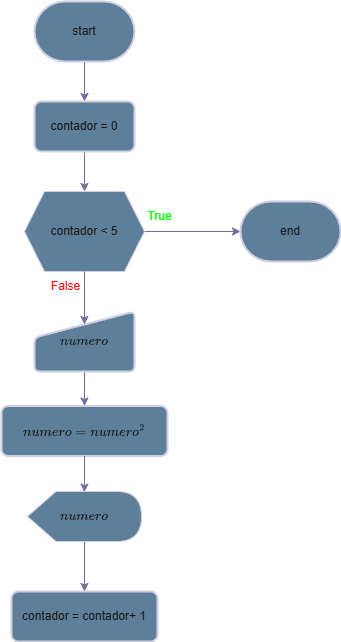
Earlier version of the draw.io export Parte-3/atividade1.png (kf-martins-uel/algoritmos-atividade1). Source tidied: cells renumbered, new cells last; positions are measured from the earlier drawing's top-left corner, leaving out a move shared by most shapes.
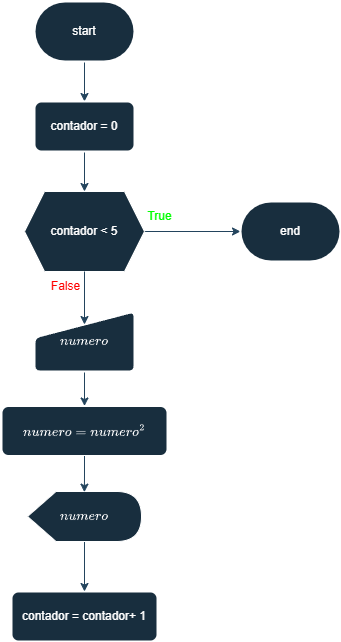
After the commit.

Change to the diagram source:
```diff
@@ -2,55 +2,55 @@
   <root>
     <mxCell id="0" />
     <mxCell id="1" parent="0" />
-    <mxCell id="2" style="edgeStyle=orthogonalEdgeStyle;rounded=0;jettySize=auto;html=1;entryX=0.5;entryY=0;entryDx=0;entryDy=0;labelBackgroundColor=none;strokeColor=#736CA8;fontColor=default;" parent="1" edge="1" source="3" target="5">
+    <mxCell id="2" style="edgeStyle=orthogonalEdgeStyle;rounded=0;jettySize=auto;html=1;entryX=0.5;entryY=0;entryDx=0;entryDy=0;labelBackgroundColor=none;strokeColor=#23445D;fontColor=default;" parent="1" edge="1" source="3" target="5">
       <mxGeometry relative="1" as="geometry" />
     </mxCell>
-    <mxCell id="3" value="start" style="strokeWidth=2;html=1;shape=mxgraph.flowchart.terminator;whiteSpace=wrap;labelBackgroundColor=none;fillColor=#5D7F99;strokeColor=#D0CEE2;fontColor=#1A1A1A;" parent="1" vertex="1">
+    <mxCell id="3" value="start" style="strokeWidth=2;html=1;shape=mxgraph.flowchart.terminator;whiteSpace=wrap;labelBackgroundColor=none;fillColor=#182E3E;strokeColor=#FFFFFF;fontColor=#FFFFFF;" parent="1" vertex="1">
       <mxGeometry x="33" width="100" height="60" as="geometry" />
     </mxCell>
-    <mxCell id="4" style="edgeStyle=orthogonalEdgeStyle;rounded=0;jettySize=auto;html=1;entryX=0.5;entryY=0;entryDx=0;entryDy=0;labelBackgroundColor=none;strokeColor=#736CA8;fontColor=default;" parent="1" edge="1" source="5" target="7">
+    <mxCell id="4" style="edgeStyle=orthogonalEdgeStyle;rounded=0;jettySize=auto;html=1;entryX=0.5;entryY=0;entryDx=0;entryDy=0;labelBackgroundColor=none;strokeColor=#23445D;fontColor=default;" parent="1" edge="1" source="5" target="7">
       <mxGeometry relative="1" as="geometry" />
     </mxCell>
-    <mxCell id="5" value="contador = 0" style="rounded=1;whiteSpace=wrap;html=1;absoluteArcSize=1;arcSize=14;strokeWidth=2;labelBackgroundColor=none;fillColor=#5D7F99;strokeColor=#D0CEE2;fontColor=#1A1A1A;" parent="1" vertex="1">
+    <mxCell id="5" value="contador = 0" style="rounded=1;whiteSpace=wrap;html=1;absoluteArcSize=1;arcSize=14;strokeWidth=2;labelBackgroundColor=none;fillColor=#182E3E;strokeColor=#FFFFFF;fontColor=#FFFFFF;" parent="1" vertex="1">
       <mxGeometry x="33" y="100" width="100" height="50" as="geometry" />
     </mxCell>
-    <mxCell id="6" style="edgeStyle=orthogonalEdgeStyle;rounded=0;jettySize=auto;html=1;labelBackgroundColor=none;strokeColor=#736CA8;fontColor=default;" parent="1" edge="1" source="7" target="16">
+    <mxCell id="6" style="edgeStyle=orthogonalEdgeStyle;rounded=0;jettySize=auto;html=1;labelBackgroundColor=none;strokeColor=#23445D;fontColor=default;" parent="1" edge="1" source="7" target="16">
       <mxGeometry relative="1" as="geometry" />
     </mxCell>
-    <mxCell id="7" value="contador&amp;nbsp;&amp;lt; 5" style="shape=hexagon;perimeter=hexagonPerimeter2;whiteSpace=wrap;html=1;fixedSize=1;labelBackgroundColor=none;fillColor=#5D7F99;strokeColor=#D0CEE2;fontColor=#1A1A1A;" parent="1" vertex="1">
+    <mxCell id="7" value="contador&amp;nbsp;&amp;lt; 5" style="shape=hexagon;perimeter=hexagonPerimeter2;whiteSpace=wrap;html=1;fixedSize=1;labelBackgroundColor=none;fillColor=#182E3E;strokeColor=#FFFFFF;fontColor=#FFFFFF;" parent="1" vertex="1">
       <mxGeometry x="23" y="190" width="120" height="80" as="geometry" />
     </mxCell>
-    <mxCell id="8" value="contador = contador+ 1" style="rounded=1;whiteSpace=wrap;html=1;absoluteArcSize=1;arcSize=14;strokeWidth=2;labelBackgroundColor=none;fillColor=#5D7F99;strokeColor=#D0CEE2;fontColor=#1A1A1A;" parent="1" vertex="1">
+    <mxCell id="8" value="contador = contador+ 1" style="rounded=1;whiteSpace=wrap;html=1;absoluteArcSize=1;arcSize=14;strokeWidth=2;labelBackgroundColor=none;fillColor=#182E3E;strokeColor=#FFFFFF;fontColor=#FFFFFF;" parent="1" vertex="1">
       <mxGeometry x="10" y="590" width="146" height="50" as="geometry" />
     </mxCell>
-    <mxCell id="9" style="edgeStyle=orthogonalEdgeStyle;rounded=0;jettySize=auto;html=1;entryX=0.5;entryY=0;entryDx=0;entryDy=0;labelBackgroundColor=none;strokeColor=#736CA8;fontColor=default;" parent="1" edge="1" source="10" target="12">
+    <mxCell id="9" style="edgeStyle=orthogonalEdgeStyle;rounded=0;jettySize=auto;html=1;entryX=0.5;entryY=0;entryDx=0;entryDy=0;labelBackgroundColor=none;strokeColor=#23445D;fontColor=default;" parent="1" edge="1" source="10" target="12">
       <mxGeometry relative="1" as="geometry" />
     </mxCell>
-    <mxCell id="10" value="$$numero$$" style="html=1;strokeWidth=2;shape=manualInput;whiteSpace=wrap;rounded=1;size=26;arcSize=11;labelBackgroundColor=none;fillColor=#5D7F99;strokeColor=#D0CEE2;fontColor=#1A1A1A;" parent="1" vertex="1">
+    <mxCell id="10" value="$$numero$$" style="html=1;strokeWidth=2;shape=manualInput;whiteSpace=wrap;rounded=1;size=26;arcSize=11;labelBackgroundColor=none;fillColor=#182E3E;strokeColor=#FFFFFF;fontColor=#FFFFFF;" parent="1" vertex="1">
       <mxGeometry x="33" y="310" width="100" height="60" as="geometry" />
     </mxCell>
-    <mxCell id="11" style="edgeStyle=orthogonalEdgeStyle;rounded=0;jettySize=auto;html=1;entryX=0.5;entryY=0.217;entryDx=0;entryDy=0;entryPerimeter=0;labelBackgroundColor=none;strokeColor=#736CA8;fontColor=default;" parent="1" edge="1" source="7" target="10">
+    <mxCell id="11" style="edgeStyle=orthogonalEdgeStyle;rounded=0;jettySize=auto;html=1;entryX=0.5;entryY=0.217;entryDx=0;entryDy=0;entryPerimeter=0;labelBackgroundColor=none;strokeColor=#23445D;fontColor=default;" parent="1" edge="1" source="7" target="10">
       <mxGeometry relative="1" as="geometry" />
     </mxCell>
-    <mxCell id="12" value="$$numero = numero^2$$" style="rounded=1;whiteSpace=wrap;html=1;absoluteArcSize=1;arcSize=14;strokeWidth=2;labelBackgroundColor=none;fillColor=#5D7F99;strokeColor=#D0CEE2;fontColor=#1A1A1A;" parent="1" vertex="1">
+    <mxCell id="12" value="$$numero = numero^2$$" style="rounded=1;whiteSpace=wrap;html=1;absoluteArcSize=1;arcSize=14;strokeWidth=2;labelBackgroundColor=none;fillColor=#182E3E;strokeColor=#FFFFFF;fontColor=#FFFFFF;" parent="1" vertex="1">
       <mxGeometry y="404.5" width="166" height="50" as="geometry" />
     </mxCell>
-    <mxCell id="13" style="edgeStyle=orthogonalEdgeStyle;rounded=0;jettySize=auto;html=1;entryX=0.5;entryY=0;entryDx=0;entryDy=0;labelBackgroundColor=none;strokeColor=#736CA8;fontColor=default;" parent="1" edge="1" source="14" target="8">
+    <mxCell id="13" style="edgeStyle=orthogonalEdgeStyle;rounded=0;jettySize=auto;html=1;entryX=0.5;entryY=0;entryDx=0;entryDy=0;labelBackgroundColor=none;strokeColor=#23445D;fontColor=default;" parent="1" edge="1" source="14" target="8">
       <mxGeometry relative="1" as="geometry" />
     </mxCell>
-    <mxCell id="14" value="$$numero$$" style="shape=display;whiteSpace=wrap;html=1;labelBackgroundColor=none;fillColor=#5D7F99;strokeColor=#D0CEE2;fontColor=#1A1A1A;" parent="1" vertex="1">
+    <mxCell id="14" value="$$numero$$" style="shape=display;whiteSpace=wrap;html=1;labelBackgroundColor=none;fillColor=#182E3E;strokeColor=#FFFFFF;fontColor=#FFFFFF;" parent="1" vertex="1">
       <mxGeometry x="26" y="490" width="114" height="50" as="geometry" />
     </mxCell>
-    <mxCell id="15" style="edgeStyle=orthogonalEdgeStyle;rounded=0;jettySize=auto;html=1;entryX=0.499;entryY=0.013;entryDx=0;entryDy=0;entryPerimeter=0;labelBackgroundColor=none;strokeColor=#736CA8;fontColor=default;" parent="1" edge="1" source="12" target="14">
+    <mxCell id="15" style="edgeStyle=orthogonalEdgeStyle;rounded=0;jettySize=auto;html=1;entryX=0.499;entryY=0.013;entryDx=0;entryDy=0;entryPerimeter=0;labelBackgroundColor=none;strokeColor=#23445D;fontColor=default;" parent="1" edge="1" source="12" target="14">
       <mxGeometry relative="1" as="geometry" />
     </mxCell>
-    <mxCell id="16" value="end" style="strokeWidth=2;html=1;shape=mxgraph.flowchart.terminator;whiteSpace=wrap;labelBackgroundColor=none;fillColor=#5D7F99;strokeColor=#D0CEE2;fontColor=#1A1A1A;" parent="1" vertex="1">
+    <mxCell id="16" value="end" style="strokeWidth=2;html=1;shape=mxgraph.flowchart.terminator;whiteSpace=wrap;labelBackgroundColor=none;fillColor=#182E3E;strokeColor=#FFFFFF;fontColor=#FFFFFF;" parent="1" vertex="1">
       <mxGeometry x="239" y="200" width="100" height="60" as="geometry" />
     </mxCell>
-    <mxCell id="17" value="&lt;font style=&quot;&quot;&gt;True&lt;/font&gt;" style="text;html=1;align=center;verticalAlign=middle;strokeColor=none;fillColor=none;fontColor=light-dark(#00FF00,#00FF00);" parent="1" vertex="1">
+    <mxCell id="17" value="&lt;font style=&quot;color: light-dark(rgb(0, 255, 0), rgb(0, 255, 0));&quot;&gt;True&lt;/font&gt;" style="text;html=1;align=center;verticalAlign=middle;strokeColor=none;fillColor=none;fontColor=#FFFFFF;labelBackgroundColor=none;" parent="1" vertex="1">
       <mxGeometry x="133" y="200" width="50" height="30" as="geometry" />
     </mxCell>
-    <mxCell id="18" value="&lt;font style=&quot;color: light-dark(rgb(255, 0, 0), rgb(255, 0, 0));&quot;&gt;False&lt;/font&gt;" style="text;html=1;align=center;verticalAlign=middle;strokeColor=none;fillColor=none;fontColor=#1A1A1A;" parent="1" vertex="1">
+    <mxCell id="18" value="&lt;font style=&quot;color: light-dark(rgb(255, 0, 0), rgb(255, 0, 0));&quot;&gt;False&lt;/font&gt;" style="text;html=1;align=center;verticalAlign=middle;strokeColor=none;fillColor=none;fontColor=#FFFFFF;labelBackgroundColor=none;" parent="1" vertex="1">
       <mxGeometry x="39" y="270" width="50" height="30" as="geometry" />
     </mxCell>
   </root>
```
